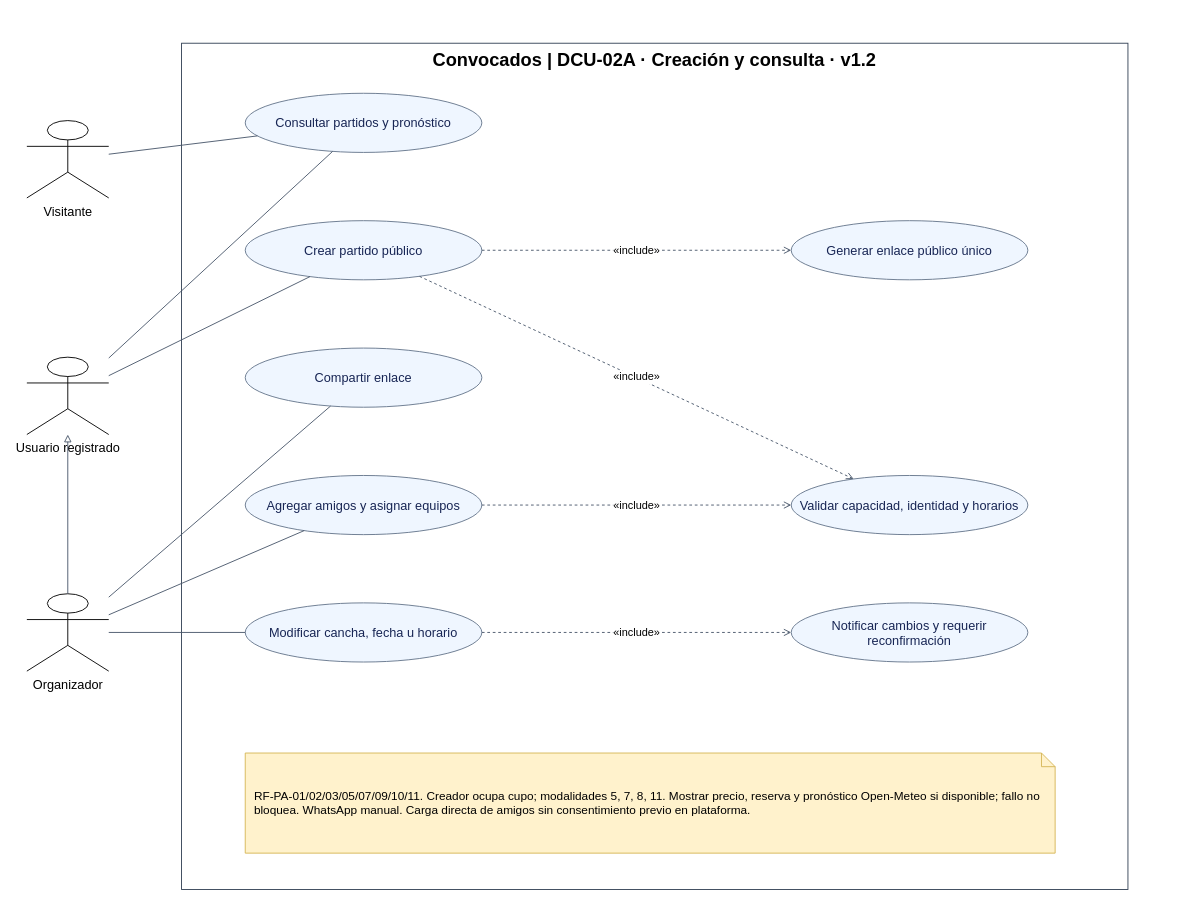
Before: page "DCU-02A · Creación y consulta" (1 of 3) of docs/02-diseno-funcional/casos-de-uso-partidos.drawio in alejovidela13/convocados, a draw.io diagram. Source tidied: cells renumbered, new cells numbered last; positions are measured from the earlier drawing's top-left corner, leaving out a move shared by most shapes. Both pictures are drawn from the tidied source at 91%, with x=0, y=0 at pixel (26, 43).
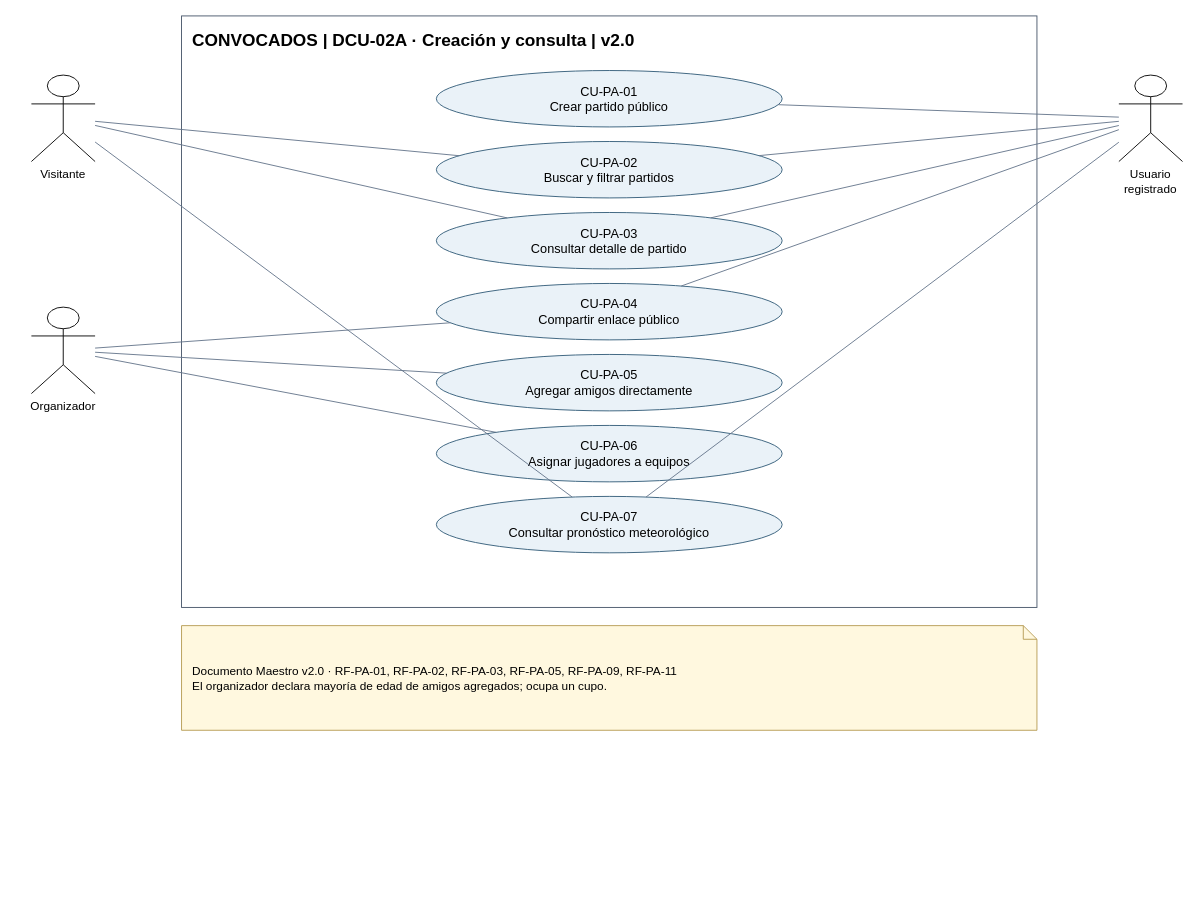
After the change.

The edit, as a diff of the source:
```diff
@@
-    <mxCell id="2" value="Convocados | DCU-02A · Creación y consulta · v1.2" style="rounded=0;whiteSpace=wrap;html=1;verticalAlign=top;align=center;fontStyle=1;fontSize=20;fillColor=none;strokeColor=#334155;" parent="1" vertex="1">
-      <mxGeometry x="170" width="1040" height="930" as="geometry" />
+    <mxCell id="2" value="CONVOCADOS | DCU-02A · Creación y consulta | v2.0" style="rounded=0;whiteSpace=wrap;html=1;verticalAlign=top;align=left;spacing=12;fontSize=19;fontStyle=1;fillColor=none;strokeColor=#475569;" parent="1" vertex="1">
+      <mxGeometry x="170" y="-30" width="940" height="650" as="geometry" />
     </mxCell>
+    <mxCell id="26" value="CU-PA-01&lt;br&gt;Crear partido público" style="ellipse;whiteSpace=wrap;html=1;fontSize=14;fillColor=#eaf2f8;strokeColor=#315b78;" parent="1" vertex="1">
+      <mxGeometry x="450" y="30" width="380" height="62" as="geometry" />
+    </mxCell>
+    <mxCell id="27" value="CU-PA-02&lt;br&gt;Buscar y filtrar partidos" style="ellipse;whiteSpace=wrap;html=1;fontSize=14;fillColor=#eaf2f8;strokeColor=#315b78;" parent="1" vertex="1">
+      <mxGeometry x="450" y="108" width="380" height="62" as="geometry" />
+    </mxCell>
+    <mxCell id="28" value="CU-PA-03&lt;br&gt;Consultar detalle de partido" style="ellipse;whiteSpace=wrap;html=1;fontSize=14;fillColor=#eaf2f8;strokeColor=#315b78;" parent="1" vertex="1">
+      <mxGeometry x="450" y="186" width="380" height="62" as="geometry" />
+    </mxCell>
+    <mxCell id="29" value="CU-PA-04&lt;br&gt;Compartir enlace público" style="ellipse;whiteSpace=wrap;html=1;fontSize=14;fillColor=#eaf2f8;strokeColor=#315b78;" parent="1" vertex="1">
+      <mxGeometry x="450" y="264" width="380" height="62" as="geometry" />
+    </mxCell>
+    <mxCell id="30" value="CU-PA-05&lt;br&gt;Agregar amigos directamente" style="ellipse;whiteSpace=wrap;html=1;fontSize=14;fillColor=#eaf2f8;strokeColor=#315b78;" parent="1" vertex="1">
+      <mxGeometry x="450" y="342" width="380" height="62" as="geometry" />
+    </mxCell>
+    <mxCell id="31" value="CU-PA-06&lt;br&gt;Asignar jugadores a equipos" style="ellipse;whiteSpace=wrap;html=1;fontSize=14;fillColor=#eaf2f8;strokeColor=#315b78;" parent="1" vertex="1">
+      <mxGeometry x="450" y="420" width="380" height="62" as="geometry" />
+    </mxCell>
+    <mxCell id="32" value="CU-PA-07&lt;br&gt;Consultar pronóstico meteorológico" style="ellipse;whiteSpace=wrap;html=1;fontSize=14;fillColor=#eaf2f8;strokeColor=#315b78;" parent="1" vertex="1">
+      <mxGeometry x="450" y="498" width="380" height="62" as="geometry" />
+    </mxCell>
-    <mxCell id="3" value="Visitante" style="shape=umlActor;verticalLabelPosition=bottom;verticalAlign=top;html=1;fontSize=14;" parent="1" vertex="1">
-      <mxGeometry y="85" width="90" height="85" as="geometry" />
+    <mxCell id="3" value="Visitante" style="shape=umlActor;verticalLabelPosition=bottom;verticalAlign=top;html=1;whiteSpace=wrap;fontSize=13;" parent="1" vertex="1">
+      <mxGeometry x="5" y="35" width="70" height="95" as="geometry" />
     </mxCell>
+    <mxCell id="33" style="endArrow=none;html=1;strokeColor=#64748b;" parent="1" edge="1" source="3" target="27">
+      <mxGeometry relative="1" as="geometry" />
+    </mxCell>
+    <mxCell id="34" style="endArrow=none;html=1;strokeColor=#64748b;" parent="1" edge="1" source="3" target="28">
+      <mxGeometry relative="1" as="geometry" />
+    </mxCell>
+    <mxCell id="35" style="endArrow=none;html=1;strokeColor=#64748b;" parent="1" edge="1" source="3" target="32">
+      <mxGeometry relative="1" as="geometry" />
+    </mxCell>
-    <mxCell id="4" value="Usuario registrado" style="shape=umlActor;verticalLabelPosition=bottom;verticalAlign=top;html=1;fontSize=14;" parent="1" vertex="1">
-      <mxGeometry y="345" width="90" height="85" as="geometry" />
+    <mxCell id="4" value="Usuario registrado" style="shape=umlActor;verticalLabelPosition=bottom;verticalAlign=top;html=1;whiteSpace=wrap;fontSize=13;" parent="1" vertex="1">
+      <mxGeometry x="1200" y="35" width="70" height="95" as="geometry" />
     </mxCell>
+    <mxCell id="36" style="endArrow=none;html=1;strokeColor=#64748b;" parent="1" edge="1" source="4" target="26">
+      <mxGeometry relative="1" as="geometry" />
+    </mxCell>
+    <mxCell id="37" style="endArrow=none;html=1;strokeColor=#64748b;" parent="1" edge="1" source="4" target="27">
+      <mxGeometry relative="1" as="geometry" />
+    </mxCell>
+    <mxCell id="38" style="endArrow=none;html=1;strokeColor=#64748b;" parent="1" edge="1" source="4" target="28">
+      <mxGeometry relative="1" as="geometry" />
+    </mxCell>
+    <mxCell id="39" style="endArrow=none;html=1;strokeColor=#64748b;" parent="1" edge="1" source="4" target="29">
+      <mxGeometry relative="1" as="geometry" />
+    </mxCell>
+    <mxCell id="40" style="endArrow=none;html=1;strokeColor=#64748b;" parent="1" edge="1" source="4" target="32">
+      <mxGeometry relative="1" as="geometry" />
+    </mxCell>
-    <mxCell id="5" value="Organizador" style="shape=umlActor;verticalLabelPosition=bottom;verticalAlign=top;html=1;fontSize=14;" parent="1" vertex="1">
-      <mxGeometry y="605" width="90" height="85" as="geometry" />
+    <mxCell id="5" value="Organizador" style="shape=umlActor;verticalLabelPosition=bottom;verticalAlign=top;html=1;whiteSpace=wrap;fontSize=13;" parent="1" vertex="1">
+      <mxGeometry x="5" y="290" width="70" height="95" as="geometry" />
     </mxCell>
-    <mxCell id="6" value="Consultar partidos y pronóstico" style="ellipse;whiteSpace=wrap;html=1;fillColor=#eff6ff;strokeColor=#64748b;fontColor=#172554;fontSize=14;" parent="1" vertex="1">
-      <mxGeometry x="240" y="55" width="260" height="65" as="geometry" />
-    </mxCell>
-    <mxCell id="7" value="Crear partido público" style="ellipse;whiteSpace=wrap;html=1;fillColor=#eff6ff;strokeColor=#64748b;fontColor=#172554;fontSize=14;" parent="1" vertex="1">
-      <mxGeometry x="240" y="195" width="260" height="65" as="geometry" />
-    </mxCell>
-    <mxCell id="8" value="Compartir enlace" style="ellipse;whiteSpace=wrap;html=1;fillColor=#eff6ff;strokeColor=#64748b;fontColor=#172554;fontSize=14;" parent="1" vertex="1">
-      <mxGeometry x="240" y="335" width="260" height="65" as="geometry" />
-    </mxCell>
-    <mxCell id="9" value="Agregar amigos y asignar equipos" style="ellipse;whiteSpace=wrap;html=1;fillColor=#eff6ff;strokeColor=#64748b;fontColor=#172554;fontSize=14;" parent="1" vertex="1">
-      <mxGeometry x="240" y="475" width="260" height="65" as="geometry" />
-    </mxCell>
-    <mxCell id="10" value="Modificar cancha, fecha u horario" style="ellipse;whiteSpace=wrap;html=1;fillColor=#eff6ff;strokeColor=#64748b;fontColor=#172554;fontSize=14;" parent="1" vertex="1">
-      <mxGeometry x="240" y="615" width="260" height="65" as="geometry" />
-    </mxCell>
-    <mxCell id="11" value="Generar enlace público único" style="ellipse;whiteSpace=wrap;html=1;fillColor=#eff6ff;strokeColor=#64748b;fontColor=#172554;fontSize=14;" parent="1" vertex="1">
-      <mxGeometry x="840" y="195" width="260" height="65" as="geometry" />
-    </mxCell>
-    <mxCell id="12" value="Validar capacidad, identidad y horarios" style="ellipse;whiteSpace=wrap;html=1;fillColor=#eff6ff;strokeColor=#64748b;fontColor=#172554;fontSize=14;" parent="1" vertex="1">
-      <mxGeometry x="840" y="475" width="260" height="65" as="geometry" />
-    </mxCell>
-    <mxCell id="13" value="Notificar cambios y requerir reconfirmación" style="ellipse;whiteSpace=wrap;html=1;fillColor=#eff6ff;strokeColor=#64748b;fontColor=#172554;fontSize=14;" parent="1" vertex="1">
-      <mxGeometry x="840" y="615" width="260" height="65" as="geometry" />
-    </mxCell>
-    <mxCell id="14" style="html=1;rounded=0;strokeColor=#475569;endArrow=none;" parent="1" edge="1" source="3" target="6">
-      <mxGeometry relative="1" as="geometry" />
-    </mxCell>
-    <mxCell id="15" style="html=1;rounded=0;strokeColor=#475569;endArrow=none;" parent="1" edge="1" source="4" target="6">
-      <mxGeometry relative="1" as="geometry" />
-    </mxCell>
-    <mxCell id="16" style="html=1;rounded=0;strokeColor=#475569;endArrow=none;" parent="1" edge="1" source="4" target="7">
-      <mxGeometry relative="1" as="geometry" />
-    </mxCell>
-    <mxCell id="17" style="html=1;rounded=0;strokeColor=#475569;endArrow=none;" parent="1" edge="1" source="5" target="8">
-      <mxGeometry relative="1" as="geometry" />
-    </mxCell>
-    <mxCell id="18" style="html=1;rounded=0;strokeColor=#475569;endArrow=none;" parent="1" edge="1" source="5" target="9">
-      <mxGeometry relative="1" as="geometry" />
-    </mxCell>
-    <mxCell id="19" style="html=1;rounded=0;strokeColor=#475569;endArrow=none;" parent="1" edge="1" source="5" target="10">
-      <mxGeometry relative="1" as="geometry" />
-    </mxCell>
-    <mxCell id="20" style="html=1;rounded=0;strokeColor=#475569;endArrow=none;endArrow=block;endFill=0;" parent="1" edge="1" source="5" target="4">
-      <mxGeometry relative="1" as="geometry" />
-    </mxCell>
-    <mxCell id="21" value="«include»" style="html=1;rounded=0;strokeColor=#475569;endArrow=none;dashed=1;endArrow=open;endFill=0;fontSize=12;labelBackgroundColor=#ffffff;" parent="1" edge="1" source="7" target="11">
-      <mxGeometry relative="1" as="geometry" />
-    </mxCell>
-    <mxCell id="22" value="«include»" style="html=1;rounded=0;strokeColor=#475569;endArrow=none;dashed=1;endArrow=open;endFill=0;fontSize=12;labelBackgroundColor=#ffffff;" parent="1" edge="1" source="7" target="12">
-      <mxGeometry relative="1" as="geometry" />
-    </mxCell>
-    <mxCell id="23" value="«include»" style="html=1;rounded=0;strokeColor=#475569;endArrow=none;dashed=1;endArrow=open;endFill=0;fontSize=12;labelBackgroundColor=#ffffff;" parent="1" edge="1" source="9" target="12">
-      <mxGeometry relative="1" as="geometry" />
-    </mxCell>
-    <mxCell id="24" value="«include»" style="html=1;rounded=0;strokeColor=#475569;endArrow=none;dashed=1;endArrow=open;endFill=0;fontSize=12;labelBackgroundColor=#ffffff;" parent="1" edge="1" source="10" target="13">
-      <mxGeometry relative="1" as="geometry" />
-    </mxCell>
+    <mxCell id="41" style="endArrow=none;html=1;strokeColor=#64748b;" parent="1" edge="1" source="5" target="29">
+      <mxGeometry relative="1" as="geometry" />
+    </mxCell>
+    <mxCell id="42" style="endArrow=none;html=1;strokeColor=#64748b;" parent="1" edge="1" source="5" target="30">
+      <mxGeometry relative="1" as="geometry" />
+    </mxCell>
+    <mxCell id="43" style="endArrow=none;html=1;strokeColor=#64748b;" parent="1" edge="1" source="5" target="31">
+      <mxGeometry relative="1" as="geometry" />
+    </mxCell>
-    <mxCell id="25" value="RF-PA-01/02/03/05/07/09/10/11. Creador ocupa cupo; modalidades 5, 7, 8, 11. Mostrar precio, reserva y pronóstico Open-Meteo si disponible; fallo no bloquea. WhatsApp manual. Carga directa de amigos sin consentimiento previo en plataforma." style="shape=note;whiteSpace=wrap;html=1;size=15;fillColor=#fff2cc;strokeColor=#d6b656;fontSize=13;align=left;spacing=10;" parent="1" vertex="1">
-      <mxGeometry x="240" y="780" width="890" height="110" as="geometry" />
+    <mxCell id="25" value="Documento Maestro v2.0 · RF-PA-01, RF-PA-02, RF-PA-03, RF-PA-05, RF-PA-09, RF-PA-11&lt;br&gt;El organizador declara mayoría de edad de amigos agregados; ocupa un cupo." style="shape=note;whiteSpace=wrap;html=1;size=15;align=left;spacing=12;fontSize=13;fillColor=#fff8df;strokeColor=#b59b52;" parent="1" vertex="1">
+      <mxGeometry x="170" y="640" width="940" height="115" as="geometry" />
     </mxCell>
```
